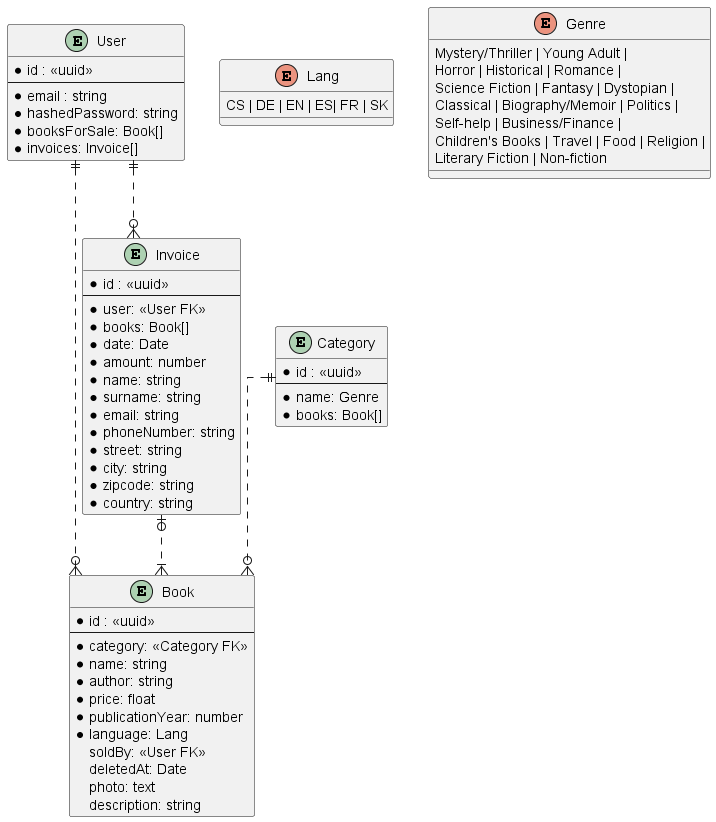
This is backend/prisma/diagrams/book_market.png from jzizka8/BookMarket, a PlantUML export, as it was before one commit.
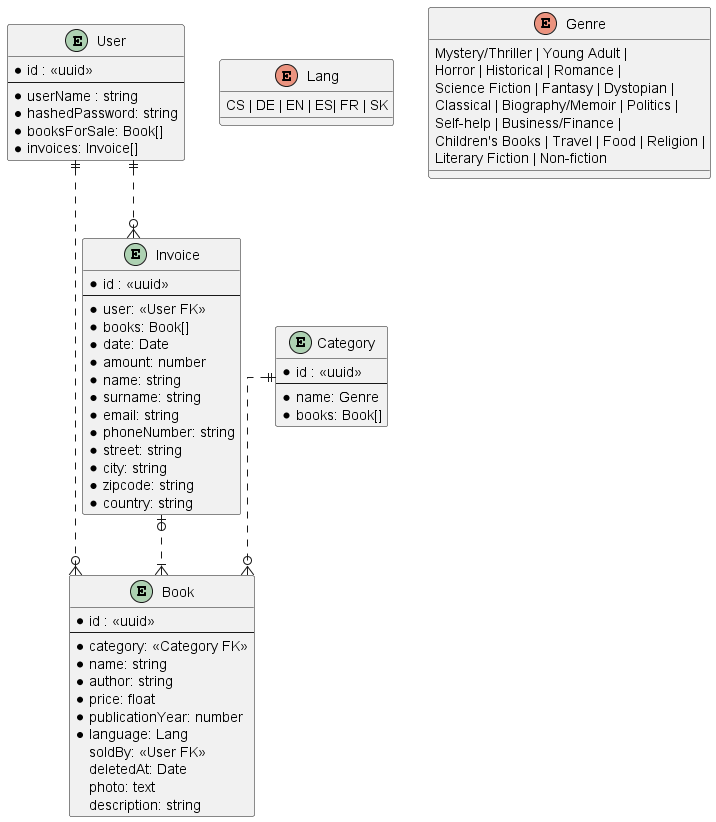
The same file after the commit.

The edit, as a diff of the source:
```diff
@@ -5,7 +5,7 @@
 entity "User" {
   *id : <<uuid>>
   --
-  *email : string
+  *userName : string
   *hashedPassword: string
   *booksForSale: Book[]
   *invoices: Invoice[]
```
